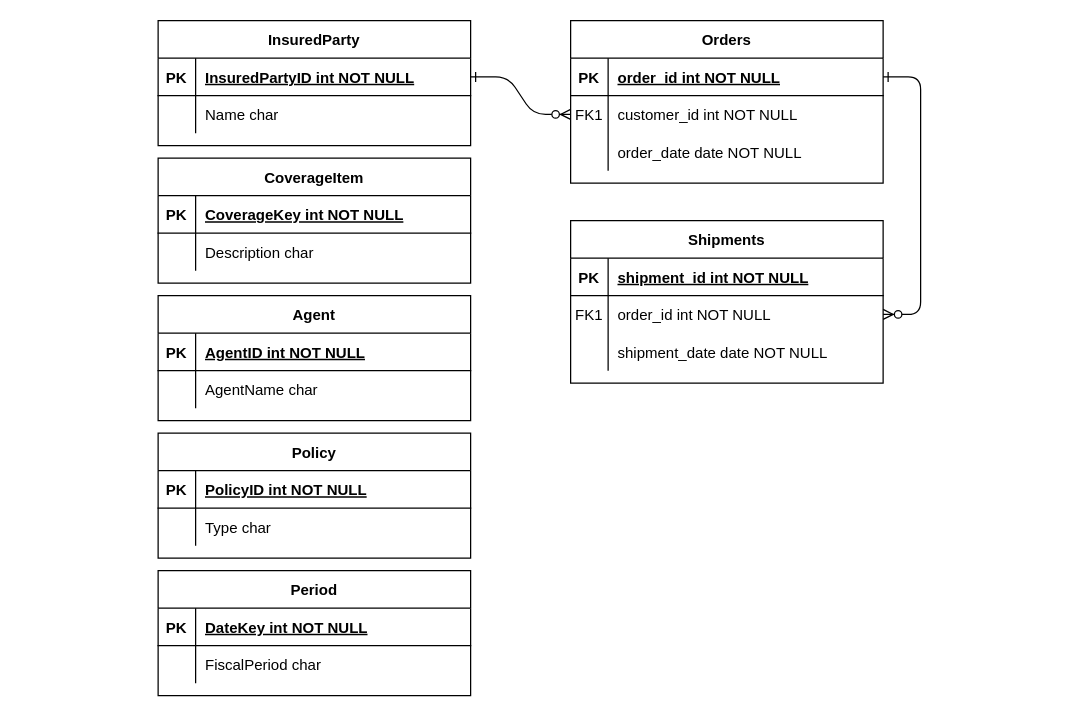
Before: Untitled Diagram.drawio in vinaykurmi/automobile-insurance-star-schema, a draw.io diagram. Source tidied: cells renumbered, new cells numbered last; positions are measured from the earlier drawing's top-left corner, leaving out a move shared by most shapes. Both pictures are drawn from the tidied source at 125%, with x=0, y=0 at pixel (158, 20).
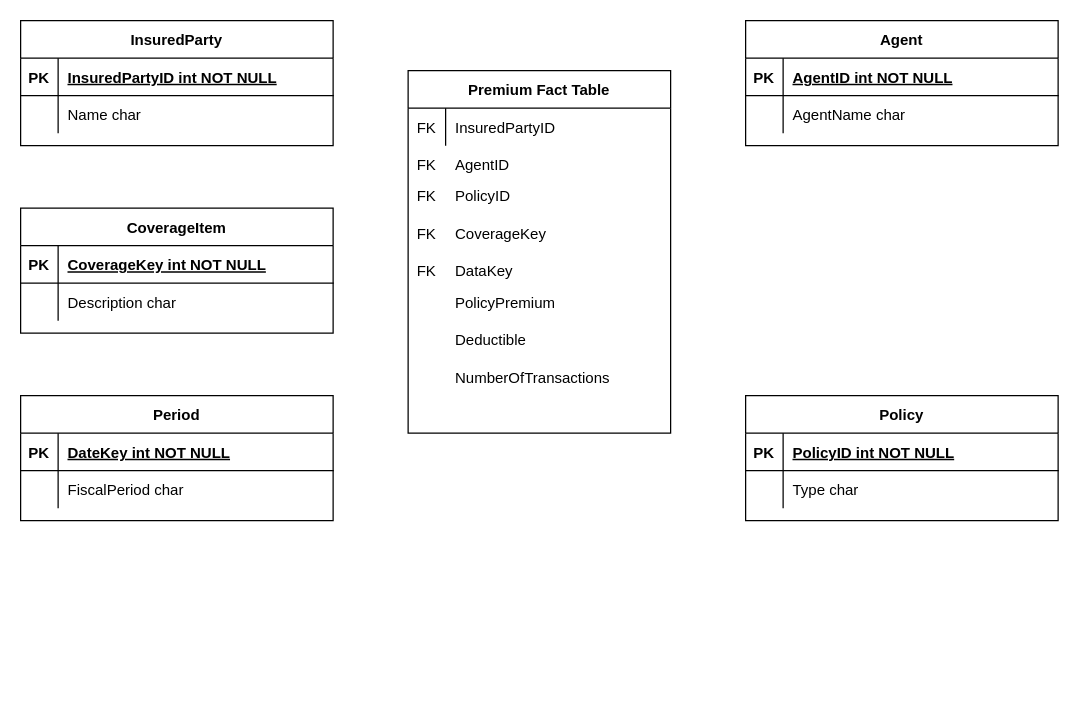
The same diagram, later.

The change refers to these unchanged cells:
```xml
<mxCell id="25" style="shape=partialRectangle;fillColor=none;points=[[0,0.5],[1,0.5]];portConstraint=eastwest;top=0;left=0;right=0;bottom=1;" parent="24" vertex="1">
  <mxGeometry y="30" width="250" height="30" as="geometry" />
</mxCell>
```

Change to the diagram source:
```diff
@@
-    <mxCell id="2" style="edgeStyle=entityRelationEdgeStyle;endArrow=ERzeroToMany;startArrow=ERone;endFill=1;startFill=0;" parent="1" edge="1" source="25" target="8">
-      <mxGeometry relative="1" as="geometry" />
-    </mxCell>
-    <mxCell id="3" style="edgeStyle=entityRelationEdgeStyle;endArrow=ERzeroToMany;startArrow=ERone;endFill=1;startFill=0;" parent="1" edge="1" source="5" target="18">
-      <mxGeometry relative="1" as="geometry" />
-    </mxCell>
-    <mxCell id="4" value="Orders" style="shape=table;startSize=30;childLayout=tableLayout;rowLines=0;fontStyle=1;align=center;" parent="1" vertex="1">
-      <mxGeometry x="330" width="250" height="130" as="geometry" />
-    </mxCell>
-    <mxCell id="5" style="shape=partialRectangle;fillColor=none;points=[[0,0.5],[1,0.5]];portConstraint=eastwest;top=0;left=0;right=0;bottom=1;" parent="4" vertex="1">
-      <mxGeometry y="30" width="250" height="30" as="geometry" />
-    </mxCell>
-    <mxCell id="6" value="PK" style="shape=partialRectangle;overflow=hidden;fillColor=none;top=0;left=0;bottom=0;right=0;fontStyle=1;" parent="5" vertex="1">
-      <mxGeometry width="30" height="30" as="geometry" />
-    </mxCell>
-    <mxCell id="7" value="order_id int NOT NULL " style="shape=partialRectangle;overflow=hidden;fillColor=none;top=0;left=0;bottom=0;right=0;align=left;spacingLeft=6;fontStyle=5;" parent="5" vertex="1">
-      <mxGeometry x="30" width="220" height="30" as="geometry" />
-    </mxCell>
-    <mxCell id="8" style="shape=partialRectangle;fillColor=none;points=[[0,0.5],[1,0.5]];portConstraint=eastwest;top=0;left=0;right=0;bottom=0;" parent="4" vertex="1">
-      <mxGeometry y="60" width="250" height="30" as="geometry" />
-    </mxCell>
-    <mxCell id="9" value="FK1" style="shape=partialRectangle;overflow=hidden;fillColor=none;top=0;left=0;bottom=0;right=0;" parent="8" vertex="1">
-      <mxGeometry width="30" height="30" as="geometry" />
-    </mxCell>
-    <mxCell id="10" value="customer_id int NOT NULL" style="shape=partialRectangle;overflow=hidden;fillColor=none;top=0;left=0;bottom=0;right=0;align=left;spacingLeft=6;" parent="8" vertex="1">
-      <mxGeometry x="30" width="220" height="30" as="geometry" />
-    </mxCell>
-    <mxCell id="11" style="shape=partialRectangle;fillColor=none;top=0;left=0;right=0;bottom=0;" parent="4" vertex="1">
-      <mxGeometry y="90" width="250" height="30" as="geometry" />
-    </mxCell>
-    <mxCell id="12" style="shape=partialRectangle;overflow=hidden;fillColor=none;top=0;left=0;bottom=0;right=0;" parent="11" vertex="1">
-      <mxGeometry width="30" height="30" as="geometry" />
-    </mxCell>
-    <mxCell id="13" value="order_date date NOT NULL" style="shape=partialRectangle;overflow=hidden;fillColor=none;top=0;left=0;bottom=0;right=0;align=left;spacingLeft=6;" parent="11" vertex="1">
-      <mxGeometry x="30" width="220" height="30" as="geometry" />
-    </mxCell>
-    <mxCell id="14" value="Shipments" style="shape=table;startSize=30;childLayout=tableLayout;rowLines=0;fontStyle=1;align=center;" parent="1" vertex="1">
-      <mxGeometry x="330" y="160" width="250" height="130" as="geometry" />
-    </mxCell>
-    <mxCell id="15" style="shape=partialRectangle;fillColor=none;top=0;left=0;right=0;bottom=1;" parent="14" vertex="1">
-      <mxGeometry y="30" width="250" height="30" as="geometry" />
-    </mxCell>
-    <mxCell id="16" value="PK" style="shape=partialRectangle;overflow=hidden;fillColor=none;top=0;left=0;bottom=0;right=0;fontStyle=1;" parent="15" vertex="1">
-      <mxGeometry width="30" height="30" as="geometry" />
-    </mxCell>
-    <mxCell id="17" value="shipment_id int NOT NULL " style="shape=partialRectangle;overflow=hidden;fillColor=none;top=0;left=0;bottom=0;right=0;align=left;spacingLeft=6;fontStyle=5;" parent="15" vertex="1">
-      <mxGeometry x="30" width="220" height="30" as="geometry" />
-    </mxCell>
-    <mxCell id="18" style="shape=partialRectangle;fillColor=none;points=[[0,0.5],[1,0.5]];portConstraint=eastwest;top=0;left=0;right=0;bottom=0;" parent="14" vertex="1">
-      <mxGeometry y="60" width="250" height="30" as="geometry" />
-    </mxCell>
-    <mxCell id="19" value="FK1" style="shape=partialRectangle;overflow=hidden;fillColor=none;top=0;left=0;bottom=0;right=0;" parent="18" vertex="1">
-      <mxGeometry width="30" height="30" as="geometry" />
-    </mxCell>
-    <mxCell id="20" value="order_id int NOT NULL" style="shape=partialRectangle;overflow=hidden;fillColor=none;top=0;left=0;bottom=0;right=0;align=left;spacingLeft=6;" parent="18" vertex="1">
-      <mxGeometry x="30" width="220" height="30" as="geometry" />
-    </mxCell>
-    <mxCell id="21" style="shape=partialRectangle;fillColor=none;top=0;left=0;right=0;bottom=0;" parent="14" vertex="1">
-      <mxGeometry y="90" width="250" height="30" as="geometry" />
-    </mxCell>
-    <mxCell id="22" style="shape=partialRectangle;overflow=hidden;fillColor=none;top=0;left=0;bottom=0;right=0;" parent="21" vertex="1">
-      <mxGeometry width="30" height="30" as="geometry" />
-    </mxCell>
-    <mxCell id="23" value="shipment_date date NOT NULL" style="shape=partialRectangle;overflow=hidden;fillColor=none;top=0;left=0;bottom=0;right=0;align=left;spacingLeft=6;" parent="21" vertex="1">
-      <mxGeometry x="30" width="220" height="30" as="geometry" />
-    </mxCell>
     <mxCell id="24" value="InsuredParty" style="shape=table;startSize=30;childLayout=tableLayout;rowLines=0;fontStyle=1;align=center;" parent="1" vertex="1">
-      <mxGeometry width="250" height="100" as="geometry" />
+      <mxGeometry x="-110" width="250" height="100" as="geometry" />
     </mxCell>
@@
     <mxCell id="31" value="CoverageItem" style="shape=table;startSize=30;childLayout=tableLayout;rowLines=0;fontStyle=1;align=center;" parent="1" vertex="1">
-      <mxGeometry y="110" width="250" height="100" as="geometry" />
+      <mxGeometry x="-110" y="150" width="250" height="100" as="geometry" />
     </mxCell>
@@
     <mxCell id="38" value="Agent" style="shape=table;startSize=30;childLayout=tableLayout;rowLines=0;fontStyle=1;align=center;" parent="1" vertex="1">
-      <mxGeometry y="220" width="250" height="100" as="geometry" />
+      <mxGeometry x="470" width="250" height="100" as="geometry" />
     </mxCell>
@@
     <mxCell id="45" value="Policy" style="shape=table;startSize=30;childLayout=tableLayout;rowLines=0;fontStyle=1;align=center;" parent="1" vertex="1">
-      <mxGeometry y="330" width="250" height="100" as="geometry" />
+      <mxGeometry x="470" y="300" width="250" height="100" as="geometry" />
     </mxCell>
@@
     <mxCell id="52" value="Period" style="shape=table;startSize=30;childLayout=tableLayout;rowLines=0;fontStyle=1;align=center;" parent="1" vertex="1">
-      <mxGeometry y="440" width="250" height="100" as="geometry" />
+      <mxGeometry x="-110" y="300" width="250" height="100" as="geometry" />
     </mxCell>
@@
+    <mxCell id="59" value="Premium Fact Table" style="shape=table;startSize=30;childLayout=tableLayout;rowLines=0;fontStyle=1;align=center;" parent="1" vertex="1">
+      <mxGeometry x="200" y="40" width="210" height="290" as="geometry" />
+    </mxCell>
+    <mxCell id="60" style="shape=partialRectangle;fillColor=none;top=0;left=0;right=0;bottom=0;" parent="59" vertex="1">
+      <mxGeometry y="30" width="210" height="30" as="geometry" />
+    </mxCell>
+    <mxCell id="61" value="FK" style="shape=partialRectangle;overflow=hidden;fillColor=none;top=0;left=0;bottom=0;right=0;" parent="60" vertex="1">
+      <mxGeometry width="30" height="30" as="geometry" />
+    </mxCell>
+    <mxCell id="62" value="InsuredPartyID" style="shape=partialRectangle;overflow=hidden;fillColor=none;top=0;left=0;bottom=0;right=0;align=left;spacingLeft=6;" parent="60" vertex="1">
+      <mxGeometry x="30" width="180" height="30" as="geometry" />
+    </mxCell>
+    <mxCell id="63" value="FK" style="shape=partialRectangle;overflow=hidden;fillColor=none;top=0;left=0;bottom=0;right=0;" parent="1" vertex="1">
+      <mxGeometry x="200" y="125" width="30" height="30" as="geometry" />
+    </mxCell>
+    <mxCell id="64" value="PolicyID" style="shape=partialRectangle;overflow=hidden;fillColor=none;top=0;left=0;bottom=0;right=0;align=left;spacingLeft=6;" parent="1" vertex="1">
+      <mxGeometry x="230" y="125" width="180" height="30" as="geometry" />
+    </mxCell>
+    <mxCell id="65" value="FK" style="shape=partialRectangle;overflow=hidden;fillColor=none;top=0;left=0;bottom=0;right=0;" parent="1" vertex="1">
+      <mxGeometry x="200" y="155" width="30" height="30" as="geometry" />
+    </mxCell>
+    <mxCell id="66" value="CoverageKey" style="shape=partialRectangle;overflow=hidden;fillColor=none;top=0;left=0;bottom=0;right=0;align=left;spacingLeft=6;" parent="1" vertex="1">
+      <mxGeometry x="230" y="155" width="180" height="30" as="geometry" />
+    </mxCell>
+    <mxCell id="67" value="FK" style="shape=partialRectangle;overflow=hidden;fillColor=none;top=0;left=0;bottom=0;right=0;" parent="1" vertex="1">
+      <mxGeometry x="200" y="185" width="30" height="30" as="geometry" />
+    </mxCell>
+    <mxCell id="68" value="DataKey" style="shape=partialRectangle;overflow=hidden;fillColor=none;top=0;left=0;bottom=0;right=0;align=left;spacingLeft=6;" parent="1" vertex="1">
+      <mxGeometry x="230" y="185" width="170" height="30" as="geometry" />
+    </mxCell>
+    <mxCell id="69" value="FK" style="shape=partialRectangle;overflow=hidden;fillColor=none;top=0;left=0;bottom=0;right=0;" parent="1" vertex="1">
+      <mxGeometry x="200" y="100" width="30" height="30" as="geometry" />
+    </mxCell>
+    <mxCell id="70" value="AgentID" style="shape=partialRectangle;overflow=hidden;fillColor=none;top=0;left=0;bottom=0;right=0;align=left;spacingLeft=6;" parent="1" vertex="1">
+      <mxGeometry x="230" y="100" width="180" height="30" as="geometry" />
+    </mxCell>
+    <mxCell id="71" value="PolicyPremium" style="shape=partialRectangle;overflow=hidden;fillColor=none;top=0;left=0;bottom=0;right=0;align=left;spacingLeft=6;" parent="1" vertex="1">
+      <mxGeometry x="230" y="210" width="180" height="30" as="geometry" />
+    </mxCell>
+    <mxCell id="72" value="Deductible" style="shape=partialRectangle;overflow=hidden;fillColor=none;top=0;left=0;bottom=0;right=0;align=left;spacingLeft=6;" parent="1" vertex="1">
+      <mxGeometry x="230" y="240" width="180" height="30" as="geometry" />
+    </mxCell>
+    <mxCell id="73" value="NumberOfTransactions" style="shape=partialRectangle;overflow=hidden;fillColor=none;top=0;left=0;bottom=0;right=0;align=left;spacingLeft=6;" parent="1" vertex="1">
+      <mxGeometry x="230" y="270" width="180" height="30" as="geometry" />
+    </mxCell>
```
